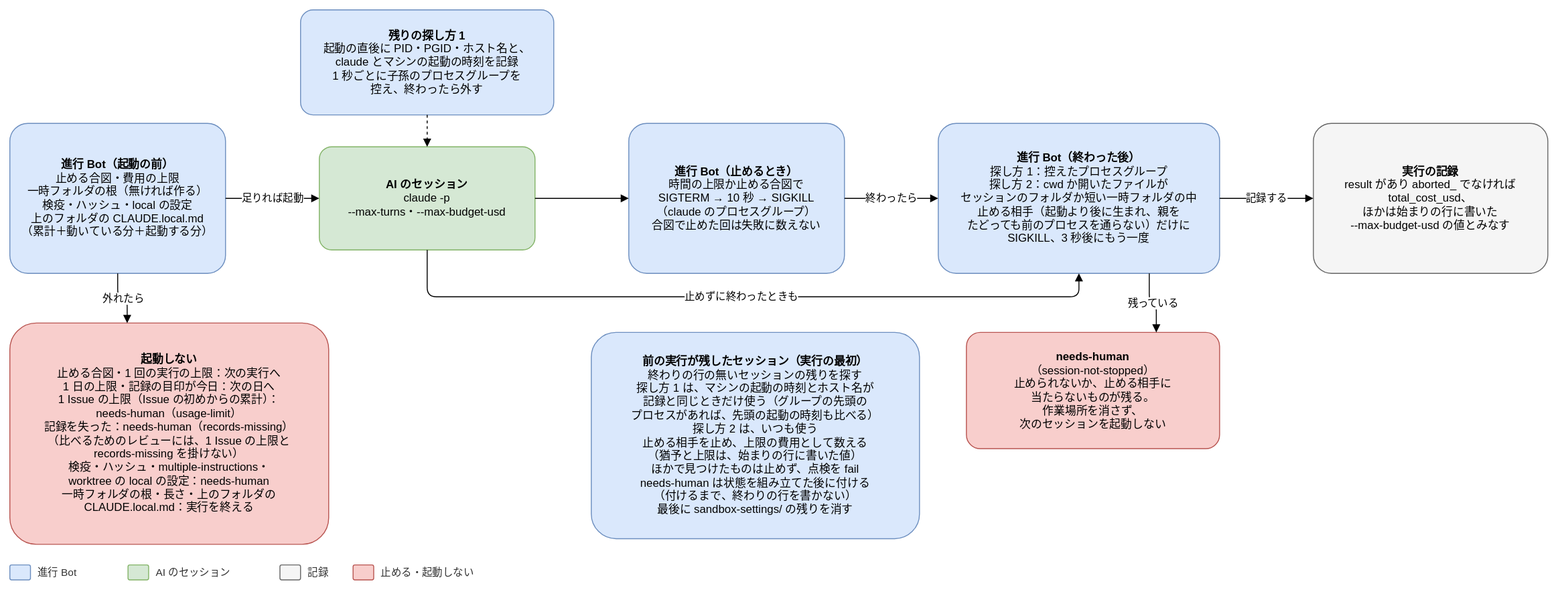
Joymerrevent/dev-autopilot keeps this draw.io diagram as docs/design/basic/diagrams/03-stop-and-usage.drawio.svg. Above is the earlier version. Source tidied: cells renumbered, new cells last; positions are measured from the earlier drawing's top-left corner, leaving out a move shared by most shapes.
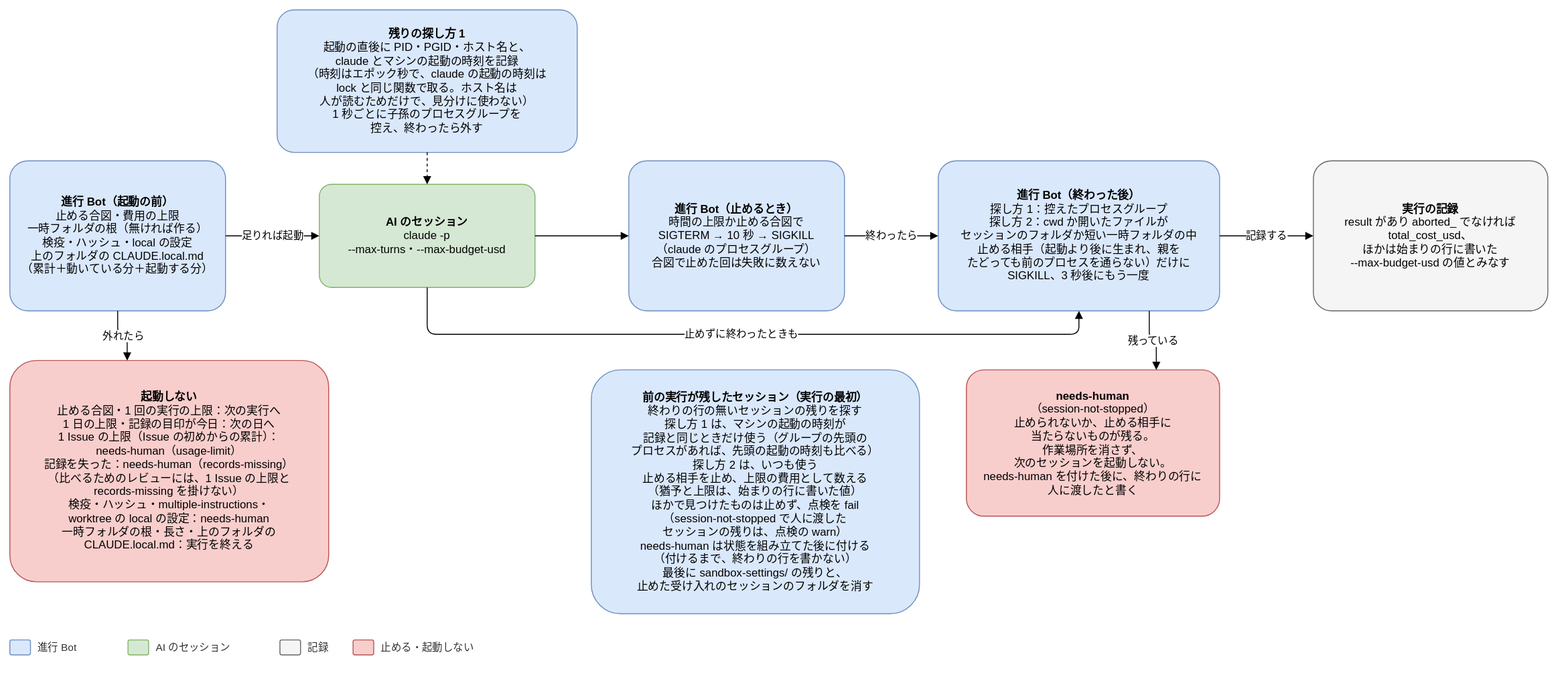
The same file after the commit.

Diff of the diagram source:
```diff
@@ -3,28 +3,28 @@
     <mxCell id="0" />
     <mxCell id="1" parent="0" />
     <mxCell id="2" value="&lt;b&gt;進行 Bot（起動の前）&lt;/b&gt;&lt;br&gt;止める合図・費用の上限&lt;br&gt;一時フォルダの根（無ければ作る）&lt;br&gt;検疫・ハッシュ・local の設定&lt;br&gt;上のフォルダの CLAUDE.local.md&lt;br&gt;（累計＋動いている分＋起動する分）" style="rounded=1;whiteSpace=wrap;html=1;fontSize=12;arcSize=12;spacing=12;fillColor=#dae8fc;strokeColor=#6c8ebf;" parent="1" vertex="1">
-      <mxGeometry y="121" width="230" height="160" as="geometry" />
+      <mxGeometry y="161" width="230" height="160" as="geometry" />
     </mxCell>
     <mxCell id="3" value="&lt;b&gt;AI のセッション&lt;/b&gt;&lt;br&gt;claude -p&lt;br&gt;--max-turns・--max-budget-usd" style="rounded=1;whiteSpace=wrap;html=1;fontSize=12;arcSize=12;spacing=12;fillColor=#d5e8d4;strokeColor=#82b366;" parent="1" vertex="1">
-      <mxGeometry x="330" y="146" width="230" height="110" as="geometry" />
+      <mxGeometry x="330" y="186" width="230" height="110" as="geometry" />
     </mxCell>
     <mxCell id="4" value="足りれば起動" style="edgeStyle=orthogonalEdgeStyle;rounded=1;html=1;endArrow=block;endFill=1;fontSize=11;labelBackgroundColor=#ffffff;exitX=1;exitY=0.5;exitDx=0;exitDy=0;entryX=0;entryY=0.5;entryDx=0;entryDy=0;" parent="1" edge="1" source="2" target="3">
       <mxGeometry relative="1" as="geometry" />
     </mxCell>
-    <mxCell id="5" value="&lt;b&gt;残りの探し方 1&lt;/b&gt;&lt;br&gt;起動の直後に PID・PGID・ホスト名と、&lt;br&gt;claude とマシンの起動の時刻を記録&lt;br&gt;1 秒ごとに子孫のプロセスグループを&lt;br&gt;控え、終わったら外す" style="rounded=1;whiteSpace=wrap;html=1;fontSize=12;arcSize=12;spacing=12;fillColor=#dae8fc;strokeColor=#6c8ebf;" parent="1" vertex="1">
-      <mxGeometry x="310" width="270" height="112" as="geometry" />
+    <mxCell id="5" value="&lt;b&gt;残りの探し方 1&lt;/b&gt;&lt;br&gt;起動の直後に PID・PGID・ホスト名と、&lt;br&gt;claude とマシンの起動の時刻を記録&lt;br&gt;（時刻はエポック秒で、claude の起動の時刻は&lt;br&gt;lock と同じ関数で取る。ホスト名は&lt;br&gt;人が読むためだけで、見分けに使わない）&lt;br&gt;1 秒ごとに子孫のプロセスグループを&lt;br&gt;控え、終わったら外す" style="rounded=1;whiteSpace=wrap;html=1;fontSize=12;arcSize=12;spacing=12;fillColor=#dae8fc;strokeColor=#6c8ebf;" parent="1" vertex="1">
+      <mxGeometry x="285" width="320" height="152" as="geometry" />
     </mxCell>
     <mxCell id="6" style="edgeStyle=orthogonalEdgeStyle;rounded=1;html=1;endArrow=block;endFill=1;fontSize=11;labelBackgroundColor=#ffffff;dashed=1;exitX=0.5;exitY=1;exitDx=0;exitDy=0;entryX=0.5;entryY=0;entryDx=0;entryDy=0;" parent="1" edge="1" source="5" target="3">
       <mxGeometry relative="1" as="geometry" />
     </mxCell>
     <mxCell id="7" value="&lt;b&gt;進行 Bot（止めるとき）&lt;/b&gt;&lt;br&gt;時間の上限か止める合図で&lt;br&gt;SIGTERM → 10 秒 → SIGKILL&lt;br&gt;（claude のプロセスグループ）&lt;br&gt;合図で止めた回は失敗に数えない" style="rounded=1;whiteSpace=wrap;html=1;fontSize=12;arcSize=12;spacing=12;fillColor=#dae8fc;strokeColor=#6c8ebf;" parent="1" vertex="1">
-      <mxGeometry x="660" y="121" width="230" height="160" as="geometry" />
+      <mxGeometry x="660" y="161" width="230" height="160" as="geometry" />
     </mxCell>
     <mxCell id="8" style="edgeStyle=orthogonalEdgeStyle;rounded=1;html=1;endArrow=block;endFill=1;fontSize=11;labelBackgroundColor=#ffffff;exitX=1;exitY=0.5;exitDx=0;exitDy=0;entryX=0;entryY=0.5;entryDx=0;entryDy=0;" parent="1" edge="1" source="3" target="7">
       <mxGeometry relative="1" as="geometry" />
     </mxCell>
     <mxCell id="9" value="&lt;b&gt;進行 Bot（終わった後）&lt;/b&gt;&lt;br&gt;探し方 1：控えたプロセスグループ&lt;br&gt;探し方 2：cwd か開いたファイルが&lt;br&gt;セッションのフォルダか短い一時フォルダの中&lt;br&gt;止める相手（起動より後に生まれ、親を&lt;br&gt;たどっても前のプロセスを通らない）だけに&lt;br&gt;SIGKILL、3 秒後にもう一度" style="rounded=1;whiteSpace=wrap;html=1;fontSize=12;arcSize=12;spacing=12;fillColor=#dae8fc;strokeColor=#6c8ebf;" parent="1" vertex="1">
-      <mxGeometry x="990" y="121" width="300" height="160" as="geometry" />
+      <mxGeometry x="990" y="161" width="300" height="160" as="geometry" />
     </mxCell>
     <mxCell id="10" value="終わったら" style="edgeStyle=orthogonalEdgeStyle;rounded=1;html=1;endArrow=block;endFill=1;fontSize=11;labelBackgroundColor=#ffffff;exitX=1;exitY=0.5;exitDx=0;exitDy=0;entryX=0;entryY=0.5;entryDx=0;entryDy=0;" parent="1" edge="1" source="7" target="9">
       <mxGeometry relative="1" as="geometry" />
@@ -32,55 +32,55 @@
     <mxCell id="11" value="止めずに終わったときも" style="edgeStyle=orthogonalEdgeStyle;rounded=1;html=1;endArrow=block;endFill=1;fontSize=11;labelBackgroundColor=#ffffff;exitX=0.5;exitY=1;exitDx=0;exitDy=0;entryX=0.5;entryY=1;entryDx=0;entryDy=0;" parent="1" edge="1" source="3" target="9">
       <mxGeometry relative="1" as="geometry">
         <Array as="points">
-          <mxPoint x="445" y="306" />
-          <mxPoint x="1140" y="306" />
+          <mxPoint x="445" y="346" />
+          <mxPoint x="1140" y="346" />
         </Array>
       </mxGeometry>
     </mxCell>
     <mxCell id="12" value="&lt;b&gt;実行の記録&lt;/b&gt;&lt;br&gt;result があり aborted_ でなければ&lt;br&gt;total_cost_usd、&lt;br&gt;ほかは始まりの行に書いた&lt;br&gt;--max-budget-usd の値とみなす" style="rounded=1;whiteSpace=wrap;html=1;fontSize=12;arcSize=12;spacing=12;fillColor=#f5f5f5;strokeColor=#666666;" parent="1" vertex="1">
-      <mxGeometry x="1390" y="121" width="250" height="160" as="geometry" />
+      <mxGeometry x="1390" y="161" width="250" height="160" as="geometry" />
     </mxCell>
     <mxCell id="13" value="記録する" style="edgeStyle=orthogonalEdgeStyle;rounded=1;html=1;endArrow=block;endFill=1;fontSize=11;labelBackgroundColor=#ffffff;exitX=1;exitY=0.5;exitDx=0;exitDy=0;entryX=0;entryY=0.5;entryDx=0;entryDy=0;" parent="1" edge="1" source="9" target="12">
       <mxGeometry relative="1" as="geometry" />
     </mxCell>
-    <mxCell id="14" value="&lt;b&gt;needs-human&lt;/b&gt;&lt;br&gt;（session-not-stopped）&lt;br&gt;止められないか、止める相手に&lt;br&gt;当たらないものが残る。&lt;br&gt;作業場所を消さず、&lt;br&gt;次のセッションを起動しない" style="rounded=1;whiteSpace=wrap;html=1;fontSize=12;arcSize=12;spacing=12;fillColor=#f8cecc;strokeColor=#b85450;" parent="1" vertex="1">
-      <mxGeometry x="1020" y="344" width="270" height="124" as="geometry" />
+    <mxCell id="14" value="&lt;b&gt;needs-human&lt;/b&gt;&lt;br&gt;（session-not-stopped）&lt;br&gt;止められないか、止める相手に&lt;br&gt;当たらないものが残る。&lt;br&gt;作業場所を消さず、&lt;br&gt;次のセッションを起動しない。&lt;br&gt;needs-human を付けた後に、終わりの行に&lt;br&gt;人に渡したと書く" style="rounded=1;whiteSpace=wrap;html=1;fontSize=12;arcSize=12;spacing=12;fillColor=#f8cecc;strokeColor=#b85450;" parent="1" vertex="1">
+      <mxGeometry x="1020" y="384" width="270" height="156" as="geometry" />
     </mxCell>
     <mxCell id="15" value="残っている" style="edgeStyle=orthogonalEdgeStyle;rounded=1;html=1;endArrow=block;endFill=1;fontSize=11;labelBackgroundColor=#ffffff;exitX=0.75;exitY=1;exitDx=0;exitDy=0;entryX=0.75;entryY=0;entryDx=0;entryDy=0;" parent="1" edge="1" source="9" target="14">
       <mxGeometry relative="1" as="geometry" />
     </mxCell>
     <mxCell id="16" value="&lt;b&gt;起動しない&lt;/b&gt;&lt;br&gt;止める合図・1 回の実行の上限：次の実行へ&lt;br&gt;1 日の上限・記録の目印が今日：次の日へ&lt;br&gt;1 Issue の上限（Issue の初めからの累計）：&lt;br&gt;needs-human（usage-limit）&lt;br&gt;記録を失った：needs-human（records-missing）&lt;br&gt;（比べるためのレビューには、1 Issue の上限と&lt;br&gt;records-missing を掛けない）&lt;br&gt;検疫・ハッシュ・multiple-instructions・&lt;br&gt;worktree の local の設定：needs-human&lt;br&gt;一時フォルダの根・長さ・上のフォルダの&lt;br&gt;CLAUDE.local.md：実行を終える" style="rounded=1;whiteSpace=wrap;html=1;fontSize=12;arcSize=12;spacing=12;fillColor=#f8cecc;strokeColor=#b85450;" parent="1" vertex="1">
-      <mxGeometry y="334" width="340" height="236" as="geometry" />
+      <mxGeometry y="374" width="340" height="236" as="geometry" />
     </mxCell>
     <mxCell id="17" value="外れたら" style="edgeStyle=orthogonalEdgeStyle;rounded=1;html=1;endArrow=block;endFill=1;fontSize=11;labelBackgroundColor=#ffffff;exitX=0.5;exitY=1;exitDx=0;exitDy=0;entryX=0.368;entryY=0;entryDx=0;entryDy=0;" parent="1" edge="1" source="2" target="16">
       <mxGeometry relative="1" as="geometry" />
     </mxCell>
     <mxCell id="18" style="rounded=1;whiteSpace=wrap;html=1;fontSize=12;arcSize=12;spacing=12;fillColor=#dae8fc;strokeColor=#6c8ebf;" parent="1" vertex="1">
-      <mxGeometry y="592" width="22" height="16" as="geometry" />
+      <mxGeometry y="672" width="22" height="16" as="geometry" />
     </mxCell>
     <mxCell id="19" value="進行 Bot" style="text;html=1;align=left;verticalAlign=middle;fontSize=11;fontColor=#333333;" parent="1" vertex="1">
-      <mxGeometry x="28" y="590" width="82" height="20" as="geometry" />
+      <mxGeometry x="28" y="670" width="82" height="20" as="geometry" />
     </mxCell>
     <mxCell id="20" style="rounded=1;whiteSpace=wrap;html=1;fontSize=12;arcSize=12;spacing=12;fillColor=#d5e8d4;strokeColor=#82b366;" parent="1" vertex="1">
-      <mxGeometry x="126" y="592" width="22" height="16" as="geometry" />
+      <mxGeometry x="126" y="672" width="22" height="16" as="geometry" />
     </mxCell>
     <mxCell id="21" value="AI のセッション" style="text;html=1;align=left;verticalAlign=middle;fontSize=11;fontColor=#333333;" parent="1" vertex="1">
-      <mxGeometry x="154" y="590" width="118" height="20" as="geometry" />
+      <mxGeometry x="154" y="670" width="118" height="20" as="geometry" />
     </mxCell>
     <mxCell id="22" style="rounded=1;whiteSpace=wrap;html=1;fontSize=12;arcSize=12;spacing=12;fillColor=#f5f5f5;strokeColor=#666666;" parent="1" vertex="1">
-      <mxGeometry x="288" y="592" width="22" height="16" as="geometry" />
+      <mxGeometry x="288" y="672" width="22" height="16" as="geometry" />
     </mxCell>
     <mxCell id="23" value="記録" style="text;html=1;align=left;verticalAlign=middle;fontSize=11;fontColor=#333333;" parent="1" vertex="1">
-      <mxGeometry x="316" y="590" width="34" height="20" as="geometry" />
+      <mxGeometry x="316" y="670" width="34" height="20" as="geometry" />
     </mxCell>
     <mxCell id="24" style="rounded=1;whiteSpace=wrap;html=1;fontSize=12;arcSize=12;spacing=12;fillColor=#f8cecc;strokeColor=#b85450;" parent="1" vertex="1">
-      <mxGeometry x="366" y="592" width="22" height="16" as="geometry" />
+      <mxGeometry x="366" y="672" width="22" height="16" as="geometry" />
     </mxCell>
     <mxCell id="25" value="止める・起動しない" style="text;html=1;align=left;verticalAlign=middle;fontSize=11;fontColor=#333333;" parent="1" vertex="1">
-      <mxGeometry x="394" y="590" width="118" height="20" as="geometry" />
+      <mxGeometry x="394" y="670" width="118" height="20" as="geometry" />
     </mxCell>
-    <mxCell id="26" value="&lt;b&gt;前の実行が残したセッション（実行の最初）&lt;/b&gt;&lt;br&gt;終わりの行の無いセッションの残りを探す&lt;br&gt;探し方 1 は、マシンの起動の時刻とホスト名が&lt;br&gt;記録と同じときだけ使う（グループの先頭の&lt;br&gt;プロセスがあれば、先頭の起動の時刻も比べる）&lt;br&gt;探し方 2 は、いつも使う&lt;br&gt;止める相手を止め、上限の費用として数える&lt;br&gt;（猶予と上限は、始まりの行に書いた値）&lt;br&gt;ほかで見つけたものは止めず、点検を fail&lt;br&gt;needs-human は状態を組み立てた後に付ける&lt;br&gt;（付けるまで、終わりの行を書かない）&lt;br&gt;最後に sandbox-settings/ の残りを消す" style="rounded=1;whiteSpace=wrap;html=1;fontSize=12;arcSize=12;spacing=12;fillColor=#dae8fc;strokeColor=#6c8ebf;" parent="1" vertex="1">
-      <mxGeometry x="620" y="344" width="350" height="220" as="geometry" />
+    <mxCell id="26" value="&lt;b&gt;前の実行が残したセッション（実行の最初）&lt;/b&gt;&lt;br&gt;終わりの行の無いセッションの残りを探す&lt;br&gt;探し方 1 は、マシンの起動の時刻が&lt;br&gt;記録と同じときだけ使う（グループの先頭の&lt;br&gt;プロセスがあれば、先頭の起動の時刻も比べる）&lt;br&gt;探し方 2 は、いつも使う&lt;br&gt;止める相手を止め、上限の費用として数える&lt;br&gt;（猶予と上限は、始まりの行に書いた値）&lt;br&gt;ほかで見つけたものは止めず、点検を fail&lt;br&gt;（session-not-stopped で人に渡した&lt;br&gt;セッションの残りは、点検の warn）&lt;br&gt;needs-human は状態を組み立てた後に付ける&lt;br&gt;（付けるまで、終わりの行を書かない）&lt;br&gt;最後に sandbox-settings/ の残りと、&lt;br&gt;止めた受け入れのセッションのフォルダを消す" style="rounded=1;whiteSpace=wrap;html=1;fontSize=12;arcSize=12;spacing=12;fillColor=#dae8fc;strokeColor=#6c8ebf;" parent="1" vertex="1">
+      <mxGeometry x="620" y="384" width="350" height="260" as="geometry" />
     </mxCell>
   </root>
 </mxGraphModel>
```
